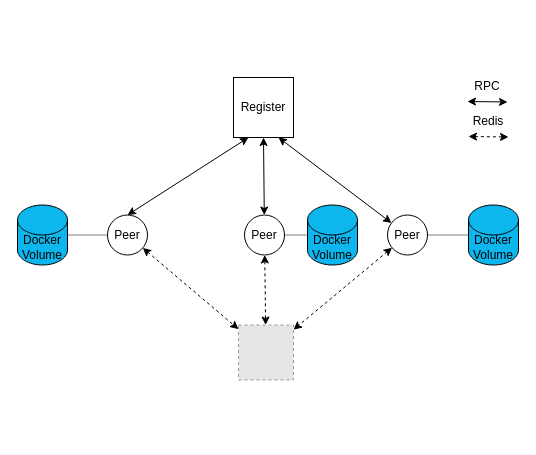
The draw.io diagram architecture/architecture_2_3.drawio in alessandrochillotti/sdcc-project, before the edit. Source tidied: cells renumbered, new cells numbered last; positions are measured from the earlier drawing's top-left corner, leaving out a move shared by most shapes. Both pictures are drawn from the tidied source at 100%, with x=0, y=0 at pixel (17, 71). Pictures stored in the file or linked from it are replaced by grey dashed boxes.
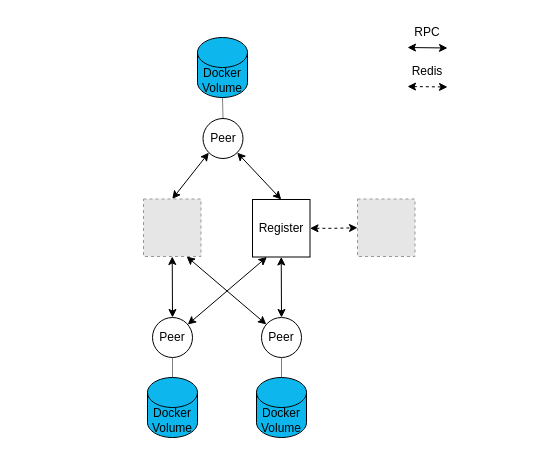
The same page after the edit.

Commit message (it also covers changes not shown here):
Aggiunte architetture di riferimento per l'implementazione dell'applicazione

The edit, as a diff of the source:
```diff
@@
-    <mxCell id="2" style="edgeStyle=none;rounded=0;jettySize=auto;html=1;startArrow=classic;startFill=1;endArrow=classic;endFill=1;dashed=1;" parent="1" edge="1" source="3" target="10">
+    <mxCell id="2" style="rounded=0;jettySize=auto;html=1;exitX=0.5;exitY=0;exitDx=0;exitDy=0;entryX=0.5;entryY=1;entryDx=0;entryDy=0;startArrow=classic;startFill=1;endArrow=classic;endFill=1;" parent="1" edge="1" source="3" target="10">
       <mxGeometry relative="1" as="geometry" />
     </mxCell>
     <mxCell id="3" value="Peer" style="ellipse;whiteSpace=wrap;html=1;" parent="1" vertex="1">
-      <mxGeometry x="227" y="143.5" width="40" height="40" as="geometry" />
+      <mxGeometry x="135" y="246" width="40" height="40" as="geometry" />
     </mxCell>
+    <mxCell id="5" style="edgeStyle=none;rounded=0;jettySize=auto;html=1;exitX=0;exitY=1;exitDx=0;exitDy=0;entryX=0.5;entryY=0;entryDx=0;entryDy=0;startArrow=classic;startFill=1;endArrow=classic;endFill=1;" parent="1" edge="1" source="6" target="10">
+      <mxGeometry relative="1" as="geometry" />
+    </mxCell>
-    <mxCell id="4" style="edgeStyle=none;rounded=0;jettySize=auto;html=1;entryX=0.75;entryY=1;entryDx=0;entryDy=0;startArrow=classic;startFill=1;endArrow=classic;endFill=1;" parent="1" edge="1" source="6" target="13">
+    <mxCell id="4" style="edgeStyle=none;rounded=0;jettySize=auto;html=1;exitX=1;exitY=1;exitDx=0;exitDy=0;entryX=0.5;entryY=0;entryDx=0;entryDy=0;startArrow=classic;startFill=1;endArrow=classic;endFill=1;" parent="1" edge="1" source="6" target="13">
       <mxGeometry relative="1" as="geometry" />
     </mxCell>
-    <mxCell id="5" style="edgeStyle=none;rounded=0;jettySize=auto;html=1;startArrow=classic;startFill=1;endArrow=classic;endFill=1;dashed=1;" parent="1" edge="1" source="6" target="10">
-      <mxGeometry relative="1" as="geometry" />
-    </mxCell>
     <mxCell id="6" value="Peer" style="ellipse;whiteSpace=wrap;html=1;" parent="1" vertex="1">
-      <mxGeometry x="370" y="143.5" width="40" height="40" as="geometry" />
+      <mxGeometry x="185.5" y="47" width="40" height="40" as="geometry" />
     </mxCell>
+    <mxCell id="8" style="edgeStyle=none;rounded=0;jettySize=auto;html=1;startArrow=classic;startFill=1;endArrow=classic;endFill=1;entryX=0.75;entryY=1;entryDx=0;entryDy=0;" parent="1" edge="1" source="9" target="10">
+      <mxGeometry relative="1" as="geometry" />
+    </mxCell>
-    <mxCell id="7" style="edgeStyle=none;rounded=0;jettySize=auto;html=1;exitX=0.5;exitY=0;exitDx=0;exitDy=0;entryX=0.25;entryY=1;entryDx=0;entryDy=0;startArrow=classic;startFill=1;endArrow=classic;endFill=1;" parent="1" edge="1" source="9" target="13">
+    <mxCell id="7" style="edgeStyle=none;rounded=0;jettySize=auto;html=1;exitX=0.5;exitY=0;exitDx=0;exitDy=0;entryX=0.5;entryY=1;entryDx=0;entryDy=0;startArrow=classic;startFill=1;endArrow=classic;endFill=1;" parent="1" edge="1" source="9" target="13">
       <mxGeometry relative="1" as="geometry" />
     </mxCell>
-    <mxCell id="8" style="edgeStyle=none;rounded=0;jettySize=auto;html=1;startArrow=classic;startFill=1;endArrow=classic;endFill=1;dashed=1;" parent="1" edge="1" source="9" target="10">
-      <mxGeometry relative="1" as="geometry" />
-    </mxCell>
     <mxCell id="9" value="Peer" style="ellipse;whiteSpace=wrap;html=1;" parent="1" vertex="1">
-      <mxGeometry x="90" y="143.5" width="40" height="40" as="geometry" />
+      <mxGeometry x="244" y="246" width="40" height="40" as="geometry" />
     </mxCell>
     <mxCell id="10" style="fillColor=#E6E6E6;strokeColor=#999999;dashed=1;verticalLabelPosition=bottom;labelBackgroundColor=#ffffff;verticalAlign=top;" parent="1" vertex="1">
-      <mxGeometry x="221" y="253.5" width="55" height="55" as="geometry" />
+      <mxGeometry x="126" y="127.5" width="57.5" height="57.5" as="geometry" />
     </mxCell>
     <mxCell id="11" style="edgeStyle=orthogonalEdgeStyle;rounded=0;orthogonalLoop=1;jettySize=auto;html=1;exitX=0.5;exitY=1;exitDx=0;exitDy=0;startArrow=classic;startFill=1;" parent="1" edge="1">
       <mxGeometry relative="1" as="geometry">
-        <mxPoint x="120" y="158.5" as="sourcePoint" />
-        <mxPoint x="120" y="158.5" as="targetPoint" />
+        <mxPoint x="304" y="137" as="sourcePoint" />
+        <mxPoint x="304" y="137" as="targetPoint" />
       </mxGeometry>
     </mxCell>
-    <mxCell id="12" style="edgeStyle=none;rounded=0;jettySize=auto;html=1;startArrow=classic;startFill=1;endArrow=classic;endFill=1;exitX=0.5;exitY=1;exitDx=0;exitDy=0;" parent="1" edge="1" source="13" target="3">
+    <mxCell id="12" style="edgeStyle=none;rounded=0;jettySize=auto;html=1;startArrow=classic;startFill=1;endArrow=classic;endFill=1;exitX=0.25;exitY=1;exitDx=0;exitDy=0;" parent="1" edge="1" source="13" target="3">
       <mxGeometry relative="1" as="geometry" />
     </mxCell>
+    <mxCell id="25" style="edgeStyle=orthogonalEdgeStyle;rounded=0;jettySize=auto;html=1;startArrow=classic;startFill=1;dashed=1;entryX=0;entryY=0.5;entryDx=0;entryDy=0;" parent="1" edge="1" source="13" target="33">
+      <mxGeometry relative="1" as="geometry" />
+    </mxCell>
     <mxCell id="13" value="Register" style="whiteSpace=wrap;html=1;" parent="1" vertex="1">
-      <mxGeometry x="216" y="6" width="60" height="60" as="geometry" />
+      <mxGeometry x="235" y="128" width="57.5" height="57.5" as="geometry" />
     </mxCell>
     <mxCell id="14" style="edgeStyle=none;rounded=0;orthogonalLoop=1;jettySize=auto;html=1;exitX=1;exitY=0.5;exitDx=0;exitDy=0;startArrow=classic;startFill=1;endArrow=classic;endFill=1;" parent="1" edge="1">
       <mxGeometry relative="1" as="geometry">
-        <mxPoint x="450" y="30" as="sourcePoint" />
-        <mxPoint x="490" y="30.5" as="targetPoint" />
+        <mxPoint x="390" y="-24" as="sourcePoint" />
+        <mxPoint x="430" y="-23.5" as="targetPoint" />
       </mxGeometry>
     </mxCell>
     <mxCell id="15" value="RPC" style="text;html=1;strokeColor=none;fillColor=none;align=center;verticalAlign=middle;whiteSpace=wrap;rounded=0;" parent="1" vertex="1">
-      <mxGeometry x="440" width="60" height="30" as="geometry" />
+      <mxGeometry x="380" y="-54" width="60" height="30" as="geometry" />
     </mxCell>
-    <mxCell id="16" style="edgeStyle=none;rounded=0;orthogonalLoop=1;jettySize=auto;html=1;exitX=1;exitY=0.5;exitDx=0;exitDy=0;startArrow=classic;startFill=1;endArrow=classic;endFill=1;" parent="1" edge="1">
-      <mxGeometry relative="1" as="geometry">
-        <mxPoint x="267" y="163.5" as="sourcePoint" />
-        <mxPoint x="267" y="163.5" as="targetPoint" />
-      </mxGeometry>
-    </mxCell>
-    <mxCell id="17" style="edgeStyle=none;rounded=0;orthogonalLoop=1;jettySize=auto;html=1;exitX=1;exitY=0.5;exitDx=0;exitDy=0;startArrow=classic;startFill=1;endArrow=classic;endFill=1;dashed=1;" parent="1" edge="1">
-      <mxGeometry relative="1" as="geometry">
-        <mxPoint x="451" y="65" as="sourcePoint" />
-        <mxPoint x="491" y="65.5" as="targetPoint" />
-      </mxGeometry>
-    </mxCell>
+    <mxCell id="26" style="edgeStyle=none;rounded=0;jettySize=auto;html=1;exitX=0.5;exitY=0;exitDx=0;exitDy=0;exitPerimeter=0;entryX=0.5;entryY=1;entryDx=0;entryDy=0;dashed=1;dashPattern=1 1;startArrow=none;startFill=0;endArrow=none;endFill=0;" parent="1" edge="1" source="27" target="9">
+      <mxGeometry relative="1" as="geometry" />
+    </mxCell>
+    <mxCell id="27" value="&lt;div&gt;Docker&lt;/div&gt;&lt;div&gt;Volume&lt;br&gt;&lt;/div&gt;" style="shape=cylinder3;whiteSpace=wrap;html=1;boundedLbl=1;backgroundOutline=1;size=15;strokeWidth=1;fillColor=#0db7ed;" parent="1" vertex="1">
+      <mxGeometry x="239" y="306" width="50" height="60" as="geometry" />
+    </mxCell>
+    <mxCell id="28" style="edgeStyle=none;rounded=0;jettySize=auto;html=1;entryX=0.5;entryY=1;entryDx=0;entryDy=0;dashed=1;dashPattern=1 1;startArrow=none;startFill=0;endArrow=none;endFill=0;" parent="1" edge="1" source="29" target="3">
+      <mxGeometry relative="1" as="geometry" />
+    </mxCell>
+    <mxCell id="29" value="&lt;div&gt;Docker&lt;/div&gt;&lt;div&gt;Volume&lt;br&gt;&lt;/div&gt;" style="shape=cylinder3;whiteSpace=wrap;html=1;boundedLbl=1;backgroundOutline=1;size=15;strokeWidth=1;fillColor=#0db7ed;" parent="1" vertex="1">
+      <mxGeometry x="130" y="306" width="50" height="60" as="geometry" />
+    </mxCell>
+    <mxCell id="30" style="edgeStyle=none;rounded=0;jettySize=auto;html=1;exitX=0.5;exitY=1;exitDx=0;exitDy=0;exitPerimeter=0;entryX=0.5;entryY=0;entryDx=0;entryDy=0;dashed=1;dashPattern=1 1;startArrow=none;startFill=0;endArrow=none;endFill=0;" parent="1" edge="1" source="31" target="6">
+      <mxGeometry relative="1" as="geometry" />
+    </mxCell>
+    <mxCell id="31" value="&lt;div&gt;Docker&lt;/div&gt;&lt;div&gt;Volume&lt;br&gt;&lt;/div&gt;" style="shape=cylinder3;whiteSpace=wrap;html=1;boundedLbl=1;backgroundOutline=1;size=15;strokeWidth=1;fillColor=#0db7ed;" parent="1" vertex="1">
+      <mxGeometry x="180" y="-34" width="50" height="60" as="geometry" />
+    </mxCell>
+    <mxCell id="32" style="edgeStyle=none;rounded=0;orthogonalLoop=1;jettySize=auto;html=1;exitX=1;exitY=0.5;exitDx=0;exitDy=0;startArrow=classic;startFill=1;endArrow=classic;endFill=1;dashed=1;" parent="1" edge="1">
+      <mxGeometry relative="1" as="geometry">
+        <mxPoint x="390" y="15" as="sourcePoint" />
+        <mxPoint x="430" y="15.5" as="targetPoint" />
+      </mxGeometry>
+    </mxCell>
     <mxCell id="18" value="Redis" style="text;html=1;strokeColor=none;fillColor=none;align=center;verticalAlign=middle;whiteSpace=wrap;rounded=0;" parent="1" vertex="1">
-      <mxGeometry x="441" y="35" width="60" height="30" as="geometry" />
+      <mxGeometry x="380" y="-15" width="60" height="30" as="geometry" />
     </mxCell>
-    <mxCell id="19" style="edgeStyle=none;rounded=0;jettySize=auto;html=1;entryX=0;entryY=0.5;entryDx=0;entryDy=0;dashed=1;startArrow=none;startFill=0;endArrow=none;endFill=0;dashPattern=1 1;" parent="1" edge="1" source="20" target="9">
-      <mxGeometry relative="1" as="geometry" />
-    </mxCell>
-    <mxCell id="20" value="&lt;div&gt;Docker&lt;/div&gt;&lt;div&gt;Volume&lt;br&gt;&lt;/div&gt;" style="shape=cylinder3;whiteSpace=wrap;html=1;boundedLbl=1;backgroundOutline=1;size=15;strokeWidth=1;fillColor=#0db7ed;" parent="1" vertex="1">
-      <mxGeometry y="133.5" width="50" height="60" as="geometry" />
-    </mxCell>
-    <mxCell id="21" style="edgeStyle=none;rounded=0;jettySize=auto;html=1;entryX=1;entryY=0.5;entryDx=0;entryDy=0;dashed=1;dashPattern=1 1;startArrow=none;startFill=0;endArrow=none;endFill=0;" parent="1" edge="1" source="22" target="6">
-      <mxGeometry relative="1" as="geometry" />
-    </mxCell>
-    <mxCell id="22" value="&lt;div&gt;Docker&lt;/div&gt;&lt;div&gt;Volume&lt;br&gt;&lt;/div&gt;" style="shape=cylinder3;whiteSpace=wrap;html=1;boundedLbl=1;backgroundOutline=1;size=15;strokeWidth=1;fillColor=#0db7ed;" parent="1" vertex="1">
-      <mxGeometry x="451" y="133.5" width="50" height="60" as="geometry" />
-    </mxCell>
-    <mxCell id="23" style="edgeStyle=none;rounded=0;jettySize=auto;html=1;exitX=0;exitY=0.5;exitDx=0;exitDy=0;exitPerimeter=0;dashed=1;dashPattern=1 1;startArrow=none;startFill=0;endArrow=none;endFill=0;" parent="1" edge="1" source="24" target="3">
-      <mxGeometry relative="1" as="geometry" />
-    </mxCell>
-    <mxCell id="24" value="&lt;div&gt;Docker&lt;/div&gt;&lt;div&gt;Volume&lt;br&gt;&lt;/div&gt;" style="shape=cylinder3;whiteSpace=wrap;html=1;boundedLbl=1;backgroundOutline=1;size=15;strokeWidth=1;fillColor=#0db7ed;" parent="1" vertex="1">
-      <mxGeometry x="290" y="133.5" width="50" height="60" as="geometry" />
-    </mxCell>
+    <mxCell id="33" style="fillColor=#E6E6E6;strokeColor=#999999;dashed=1;verticalLabelPosition=bottom;labelBackgroundColor=#ffffff;verticalAlign=top;" parent="1" vertex="1">
+      <mxGeometry x="340" y="127.5" width="57.5" height="57.5" as="geometry" />
+    </mxCell>
```
